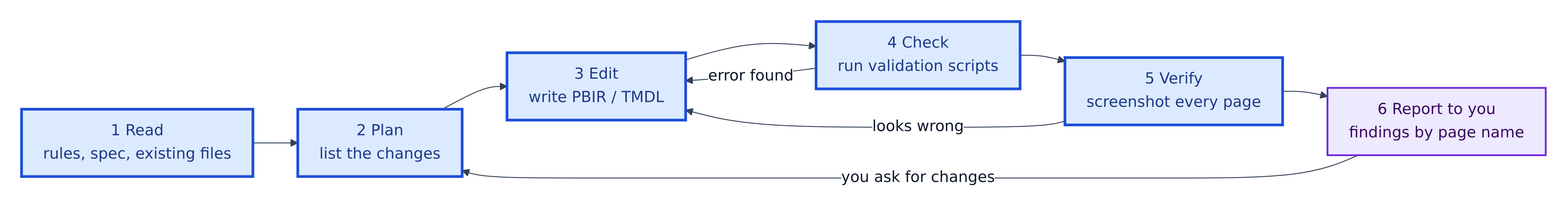
Above: guide/images/04-4-agent-loop.png in GibbonGambits/PGE-PBIP-Template (Mermaid), before the change. Its source is kept beside it as guide/images/src/04-4-agent-loop.mmd.
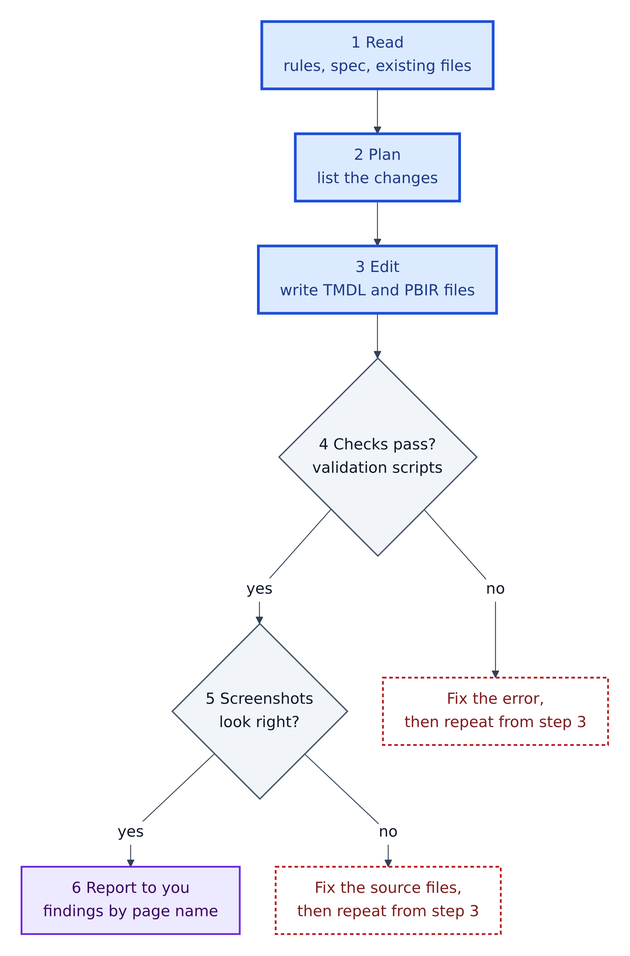
After the change.

Diff of the diagram source:
```diff
@@ -1,5 +1,14 @@
-flowchart LR
-  R["1 Read<br/>rules, spec, existing files"]:::ai --> P["2 Plan<br/>list the changes"]:::ai --> E["3 Edit<br/>write PBIR / TMDL"]:::ai --> C["4 Check<br/>run validation scripts"]:::ai --> V["5 Verify<br/>screenshot every page"]:::ai --> H["6 Report to you<br/>findings by page name"]:::you
-  C -- "error found" --> E
-  V -- "looks wrong" --> E
-  H -- "you ask for changes" --> P
+flowchart TB
+  R["1 Read<br/>rules, spec, existing files"]:::ai
+  P["2 Plan<br/>list the changes"]:::ai
+  E["3 Edit<br/>write TMDL and PBIR files"]:::ai
+  C{"4 Checks pass?<br/>validation scripts"}:::n
+  V{"5 Screenshots<br/>look right?"}:::n
+  H["6 Report to you<br/>findings by page name"]:::you
+  X1["Fix the error,<br/>then repeat from step 3"]:::bad
+  X2["Fix the source files,<br/>then repeat from step 3"]:::bad
+  R --> P --> E --> C
+  C -- "yes" --> V
+  C -- "no" --> X1
+  V -- "yes" --> H
+  V -- "no" --> X2
```
